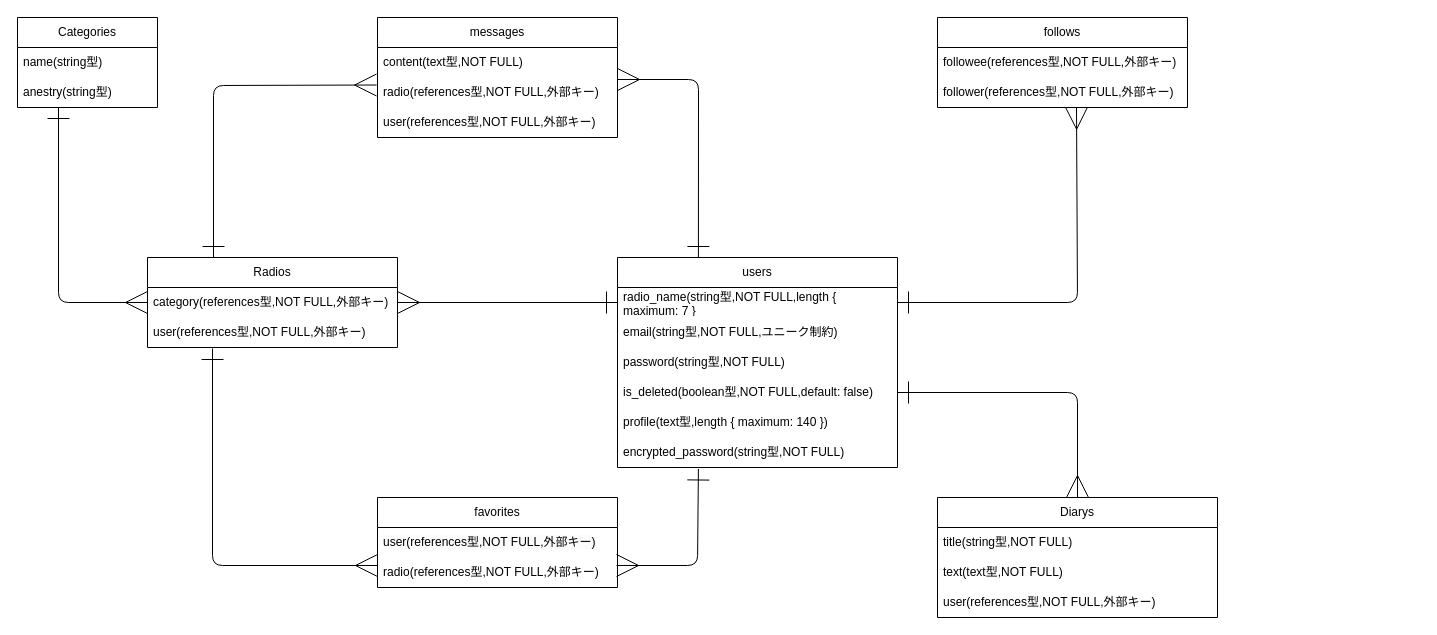
rfitstatsuya/radio-listeners keeps this draw.io diagram as db_design.dio. Above is the earlier version. Source tidied: cells renumbered, new cells numbered last; positions are measured from the earlier drawing's top-left corner, leaving out a move shared by most shapes. Both pictures are drawn from the tidied source at 100%, with x=0, y=0 at pixel (17, 17).
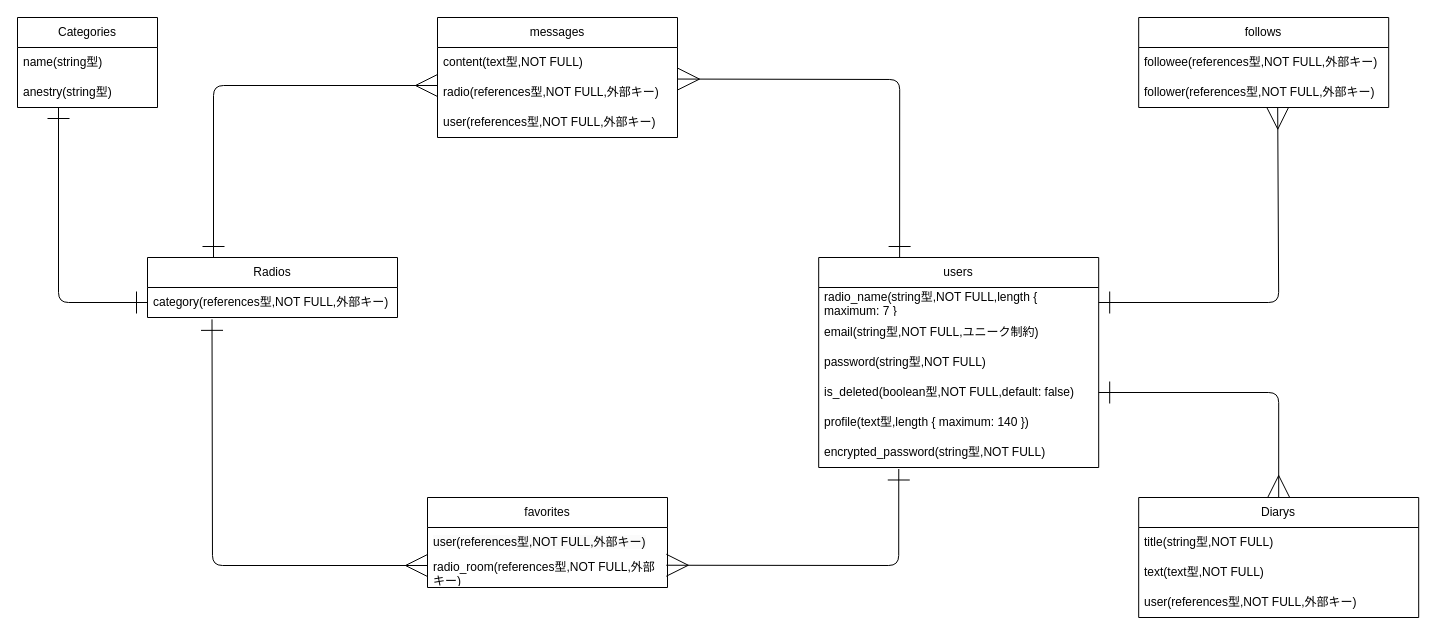
Above is the later version.

Commit message:
データーベース設計　修正

Unchanged cells that the change refers to:
```xml
<mxCell id="6" value="category(references型,NOT FULL,外部キー)" style="text;strokeColor=none;fillColor=none;align=left;verticalAlign=middle;spacingLeft=4;spacingRight=4;overflow=hidden;points=[[0,0.5],[1,0.5]];portConstraint=eastwest;whiteSpace=wrap;html=1;" parent="5" vertex="1">
  <mxGeometry y="30" width="250" height="30" as="geometry" />
</mxCell>
<mxCell id="13" value="radio(references型,NOT FULL,外部キー)" style="text;strokeColor=none;fillColor=none;align=left;verticalAlign=middle;spacingLeft=4;spacingRight=4;overflow=hidden;points=[[0,0.5],[1,0.5]];portConstraint=eastwest;whiteSpace=wrap;html=1;" parent="11" vertex="1">
  <mxGeometry y="60" width="240" height="30" as="geometry" />
</mxCell>
<mxCell id="23" value="radio_name(string型,NOT FULL,length { maximum: 7 }&lt;br&gt;)" style="text;strokeColor=none;fillColor=none;align=left;verticalAlign=middle;spacingLeft=4;spacingRight=4;overflow=hidden;points=[[0,0.5],[1,0.5]];portConstraint=eastwest;whiteSpace=wrap;html=1;" parent="22" vertex="1">
  <mxGeometry y="30" width="280" height="30" as="geometry" />
</mxCell>
<mxCell id="26" value="is_deleted(boolean型,NOT FULL,default: false&lt;span style=&quot;background-color: initial;&quot;&gt;)&lt;/span&gt;" style="text;strokeColor=none;fillColor=none;align=left;verticalAlign=middle;spacingLeft=4;spacingRight=4;overflow=hidden;points=[[0,0.5],[1,0.5]];portConstraint=eastwest;whiteSpace=wrap;html=1;" parent="22" vertex="1">
  <mxGeometry y="120" width="280" height="30" as="geometry" />
</mxCell>
<mxCell id="28" value="&lt;span style=&quot;&quot;&gt;encrypted_password(string型,NOT FULL)&lt;/span&gt;" style="text;strokeColor=none;fillColor=none;align=left;verticalAlign=middle;spacingLeft=4;spacingRight=4;overflow=hidden;points=[[0,0.5],[1,0.5]];portConstraint=eastwest;whiteSpace=wrap;html=1;" parent="22" vertex="1">
  <mxGeometry y="180" width="280" height="30" as="geometry" />
</mxCell>
<mxCell id="35" value="follower(references型,NOT FULL,外部キー)" style="text;strokeColor=none;fillColor=none;align=left;verticalAlign=middle;spacingLeft=4;spacingRight=4;overflow=hidden;points=[[0,0.5],[1,0.5]];portConstraint=eastwest;whiteSpace=wrap;html=1;" parent="33" vertex="1">
  <mxGeometry y="60" width="250" height="30" as="geometry" />
</mxCell>
```

The edit, as a diff of the source:
```diff
@@
-    <mxCell id="2" style="edgeStyle=none;html=1;exitX=0;exitY=0.5;exitDx=0;exitDy=0;startArrow=ERmany;startFill=0;endArrow=ERone;endFill=0;endSize=20;startSize=20;" parent="1" edge="1" source="6">
+    <mxCell id="2" style="edgeStyle=none;html=1;exitX=0;exitY=0.5;exitDx=0;exitDy=0;startArrow=ERone;startFill=0;endArrow=ERone;endFill=0;endSize=20;startSize=20;" parent="1" edge="1" source="6">
       <mxGeometry relative="1" as="geometry">
         <mxPoint x="41" y="90" as="targetPoint" />
         <Array as="points">
           <mxPoint x="41" y="285" />
         </Array>
       </mxGeometry>
     </mxCell>
-    <mxCell id="3" style="edgeStyle=none;html=1;entryX=-0.008;entryY=0.25;entryDx=0;entryDy=0;entryPerimeter=0;startArrow=ERone;startFill=0;endArrow=ERmany;endFill=0;endSize=20;startSize=20;" parent="1" edge="1">
+    <mxCell id="3" style="edgeStyle=none;html=1;entryX=0;entryY=0.267;entryDx=0;entryDy=0;entryPerimeter=0;startArrow=ERone;startFill=0;endArrow=ERmany;endFill=0;endSize=20;startSize=20;" parent="1" edge="1" target="13">
       <mxGeometry relative="1" as="geometry">
         <mxPoint x="196" y="240" as="sourcePoint" />
-        <mxPoint x="359.1" y="67.5" as="targetPoint" />
         <Array as="points">
           <mxPoint x="196" y="68" />
         </Array>
       </mxGeometry>
     </mxCell>
-    <mxCell id="4" style="edgeStyle=none;html=1;entryX=0;entryY=0.267;entryDx=0;entryDy=0;entryPerimeter=0;startArrow=ERone;startFill=0;endArrow=ERmany;endFill=0;endSize=20;startSize=20;exitX=0.26;exitY=1.033;exitDx=0;exitDy=0;exitPerimeter=0;" parent="1" edge="1" source="7" target="17">
+    <mxCell id="4" style="edgeStyle=none;html=1;entryX=0;entryY=0.267;entryDx=0;entryDy=0;entryPerimeter=0;startArrow=ERone;startFill=0;endArrow=ERmany;endFill=0;endSize=20;startSize=20;exitX=0.258;exitY=1.062;exitDx=0;exitDy=0;exitPerimeter=0;" parent="1" edge="1" source="6" target="17">
       <mxGeometry relative="1" as="geometry">
         <Array as="points">
           <mxPoint x="195" y="548" />
         </Array>
       </mxGeometry>
     </mxCell>
     <mxCell id="5" value="Radios" style="swimlane;fontStyle=0;horizontal=1;startSize=30;whiteSpace=wrap;html=1;" parent="1" vertex="1">
-      <mxGeometry x="130" y="240" width="250" height="90" as="geometry" />
+      <mxGeometry x="130" y="240" width="250" height="60" as="geometry" />
     </mxCell>
@@
-    <mxCell id="7" value="user(references型,NOT FULL,外部キー)" style="text;strokeColor=none;fillColor=none;align=left;verticalAlign=middle;spacingLeft=4;spacingRight=4;overflow=hidden;points=[[0,0.5],[1,0.5]];portConstraint=eastwest;whiteSpace=wrap;html=1;" parent="5" vertex="1">
-      <mxGeometry y="60" width="250" height="30" as="geometry" />
-    </mxCell>
@@
     <mxCell id="11" value="messages" style="swimlane;fontStyle=0;horizontal=1;startSize=30;whiteSpace=wrap;html=1;" parent="1" vertex="1">
-      <mxGeometry x="360" width="240" height="120" as="geometry" />
+      <mxGeometry x="420" width="240" height="120" as="geometry" />
     </mxCell>
@@
     <mxCell id="15" value="favorites" style="swimlane;fontStyle=0;horizontal=1;startSize=30;whiteSpace=wrap;html=1;" parent="1" vertex="1">
-      <mxGeometry x="360" y="480" width="240" height="90" as="geometry" />
+      <mxGeometry x="410" y="480" width="240" height="90" as="geometry" />
     </mxCell>
@@
-    <mxCell id="17" value="&lt;span style=&quot;&quot;&gt;radio(references型,NOT FULL,外部キー)&lt;/span&gt;" style="text;strokeColor=none;fillColor=none;align=left;verticalAlign=middle;spacingLeft=4;spacingRight=4;overflow=hidden;points=[[0,0.5],[1,0.5]];portConstraint=eastwest;whiteSpace=wrap;html=1;" parent="15" vertex="1">
+    <mxCell id="17" value="&lt;span style=&quot;&quot;&gt;radio_room(references型,NOT FULL,外部キー)&lt;/span&gt;" style="text;strokeColor=none;fillColor=none;align=left;verticalAlign=middle;spacingLeft=4;spacingRight=4;overflow=hidden;points=[[0,0.5],[1,0.5]];portConstraint=eastwest;whiteSpace=wrap;html=1;" parent="15" vertex="1">
       <mxGeometry y="60" width="240" height="30" as="geometry" />
     </mxCell>
-    <mxCell id="18" style="edgeStyle=none;html=1;entryX=1;entryY=0.5;entryDx=0;entryDy=0;startArrow=ERone;startFill=0;endArrow=ERmany;endFill=0;endSize=20;startSize=20;exitX=0;exitY=0.5;exitDx=0;exitDy=0;" parent="1" edge="1" source="23" target="6">
-      <mxGeometry relative="1" as="geometry" />
-    </mxCell>
-    <mxCell id="19" style="edgeStyle=none;html=1;startArrow=ERone;startFill=0;endArrow=ERmany;endFill=0;startSize=20;endSize=20;exitX=0.289;exitY=0;exitDx=0;exitDy=0;exitPerimeter=0;" parent="1" edge="1" source="22">
+    <mxCell id="19" style="edgeStyle=none;html=1;startArrow=ERone;startFill=0;endArrow=ERmany;endFill=0;startSize=20;endSize=20;exitX=0.289;exitY=0;exitDx=0;exitDy=0;exitPerimeter=0;entryX=1;entryY=0.052;entryDx=0;entryDy=0;entryPerimeter=0;" parent="1" edge="1" source="22" target="13">
       <mxGeometry relative="1" as="geometry">
-        <mxPoint x="600" y="62" as="targetPoint" />
         <Array as="points">
-          <mxPoint x="681" y="62" />
+          <mxPoint x="882.2" y="62" />
         </Array>
       </mxGeometry>
     </mxCell>
-    <mxCell id="20" style="edgeStyle=none;html=1;entryX=0.996;entryY=0.267;entryDx=0;entryDy=0;startArrow=ERone;startFill=0;endArrow=ERmany;endFill=0;startSize=20;endSize=20;entryPerimeter=0;exitX=0.289;exitY=1.05;exitDx=0;exitDy=0;exitPerimeter=0;" parent="1" edge="1" source="28" target="17">
+    <mxCell id="20" style="edgeStyle=none;html=1;entryX=0.995;entryY=0.258;entryDx=0;entryDy=0;startArrow=ERone;startFill=0;endArrow=ERmany;endFill=0;startSize=20;endSize=20;entryPerimeter=0;exitX=0.286;exitY=1.05;exitDx=0;exitDy=0;exitPerimeter=0;" parent="1" edge="1" source="28" target="17">
       <mxGeometry relative="1" as="geometry">
         <Array as="points">
-          <mxPoint x="680" y="548" />
+          <mxPoint x="881.2" y="548" />
         </Array>
       </mxGeometry>
     </mxCell>
     <mxCell id="21" style="edgeStyle=none;html=1;entryX=0.5;entryY=0;entryDx=0;entryDy=0;startArrow=ERone;startFill=0;endArrow=ERmany;endFill=0;startSize=20;endSize=20;exitX=1;exitY=0.5;exitDx=0;exitDy=0;" parent="1" edge="1" source="26" target="29">
       <mxGeometry relative="1" as="geometry">
         <Array as="points">
-          <mxPoint x="1060" y="375" />
+          <mxPoint x="1261.2" y="375" />
         </Array>
       </mxGeometry>
     </mxCell>
     <mxCell id="22" value="users" style="swimlane;fontStyle=0;horizontal=1;startSize=30;whiteSpace=wrap;html=1;" parent="1" vertex="1">
-      <mxGeometry x="600" y="240" width="280" height="210" as="geometry" />
+      <mxGeometry x="801.2" y="240" width="280" height="210" as="geometry" />
     </mxCell>
@@
     <mxCell id="29" value="Diarys" style="swimlane;fontStyle=0;horizontal=1;startSize=30;whiteSpace=wrap;html=1;" parent="1" vertex="1">
-      <mxGeometry x="920" y="480" width="280" height="120" as="geometry" />
+      <mxGeometry x="1121.2" y="480" width="280" height="120" as="geometry" />
     </mxCell>
@@
     <mxCell id="33" value="follows" style="swimlane;fontStyle=0;horizontal=1;startSize=30;whiteSpace=wrap;html=1;" parent="1" vertex="1">
-      <mxGeometry x="920" width="250" height="90" as="geometry" />
+      <mxGeometry x="1121.2" width="250" height="90" as="geometry" />
     </mxCell>
@@
     <mxCell id="36" style="edgeStyle=none;html=1;exitX=1;exitY=0.5;exitDx=0;exitDy=0;entryX=0.556;entryY=0.99;entryDx=0;entryDy=0;entryPerimeter=0;startArrow=ERone;startFill=0;endArrow=ERmany;endFill=0;startSize=20;endSize=20;" parent="1" edge="1" source="23" target="35">
       <mxGeometry relative="1" as="geometry">
         <Array as="points">
-          <mxPoint x="1060" y="285" />
+          <mxPoint x="1261.2" y="285" />
         </Array>
       </mxGeometry>
     </mxCell>
```
